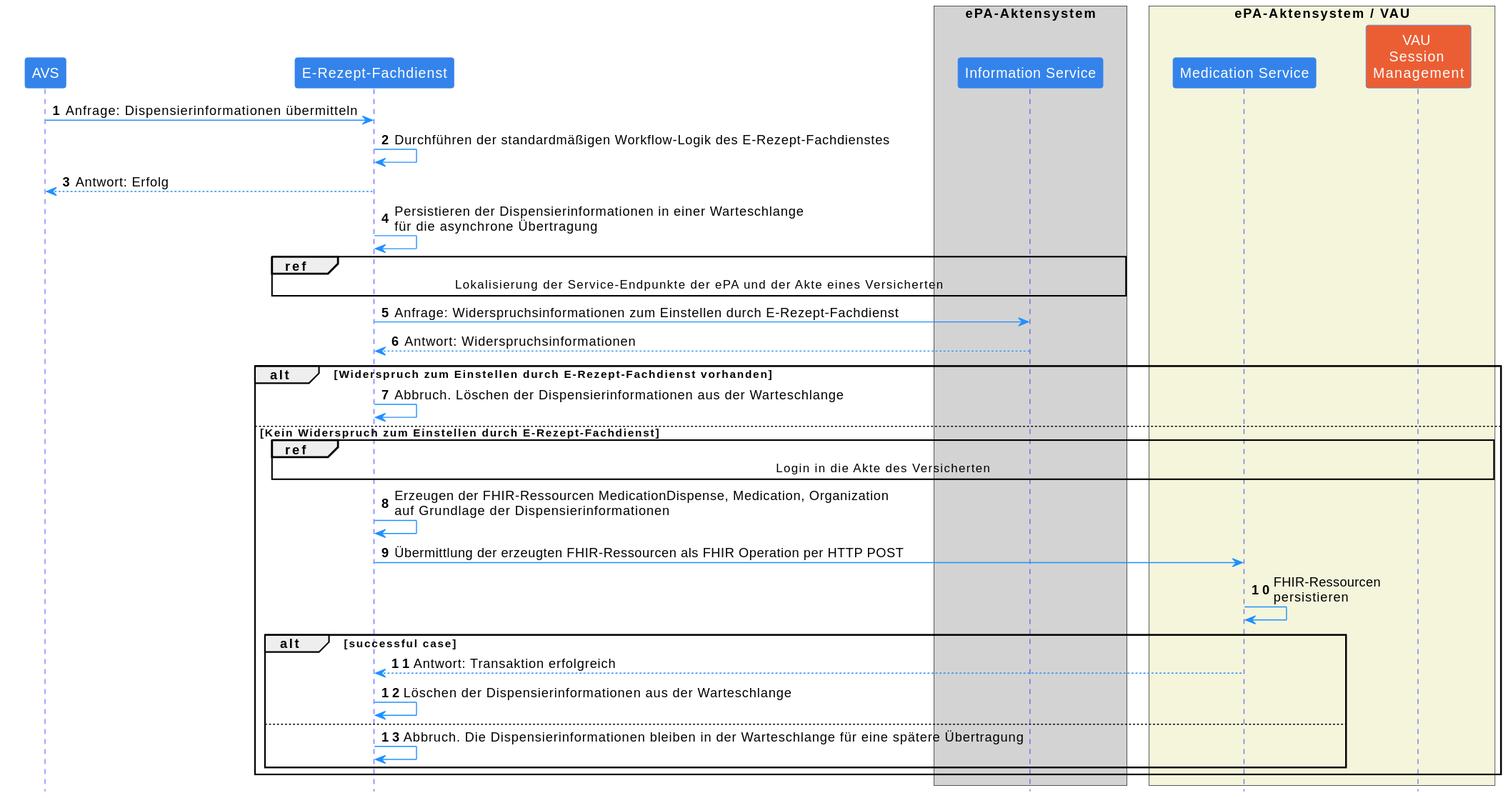
Before: images/plantuml/medicationmanagement.dispense.svg, a diagram exported from PlantUML (gematik/ePA-Medication).
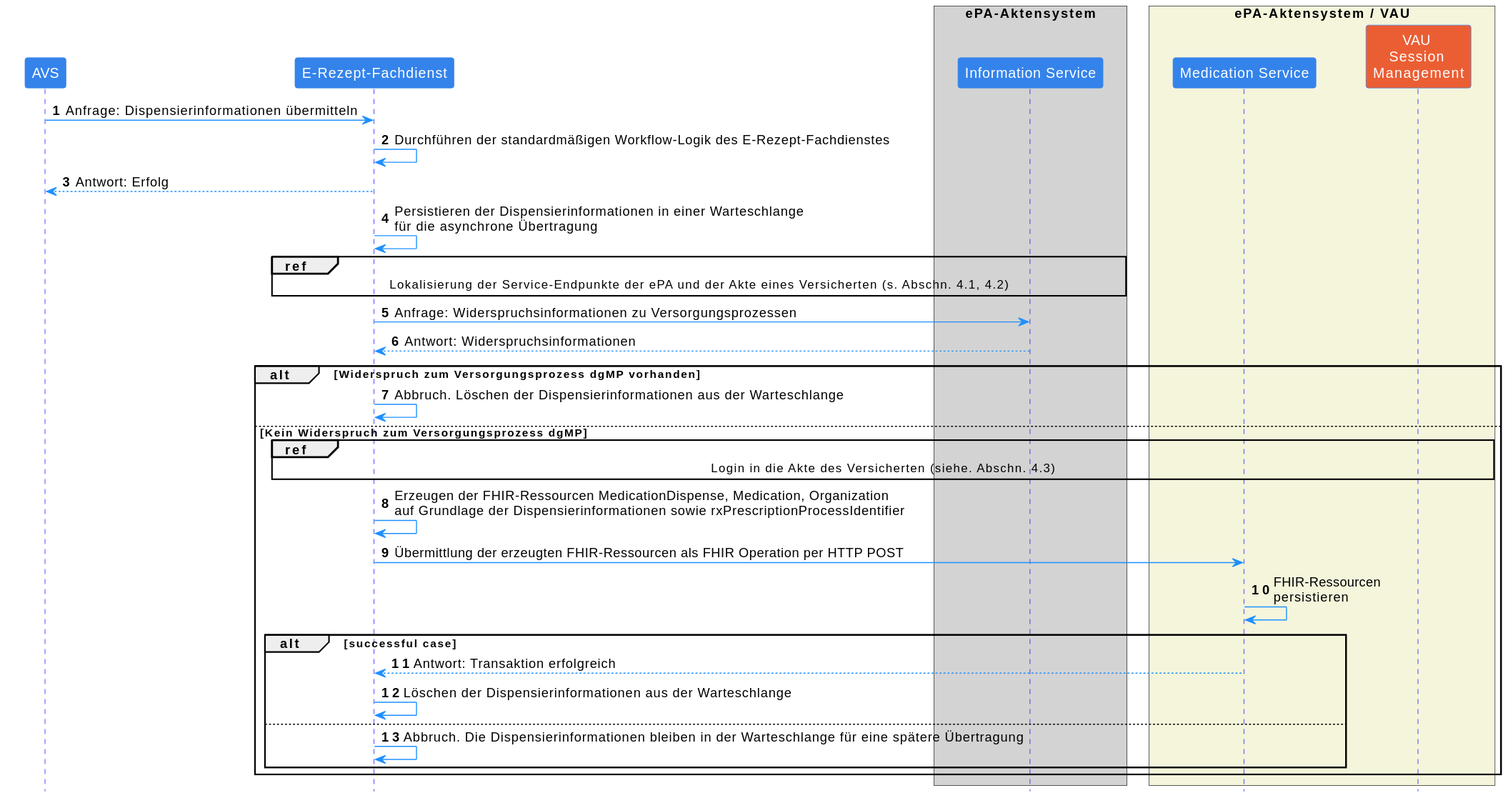
After the commit.

What changed in the source:
```diff
@@ -1,4 +1,5 @@
 @startuml
+
 skinparam Shadowing false
 skinparam ParticipantPadding 20
 skinparam BoxPadding 10
@@ -39,18 +40,18 @@
 
 ERFD -> ERFD: Persistieren der Dispensierinformationen in einer Warteschlange\nfür die asynchrone Übertragung
 
-ref over ERFD, IS: Lokalisierung der Service-Endpunkte der ePA und der Akte eines Versicherten
+ref over ERFD, IS: Lokalisierung der Service-Endpunkte der ePA und der Akte eines Versicherten (s. Abschn. 4.1, 4.2)
 
-ERFD -> IS: Anfrage: Widerspruchsinformationen zum Einstellen durch E-Rezept-Fachdienst
+ERFD -> IS: Anfrage: Widerspruchsinformationen zu Versorgungsprozessen
 IS --> ERFD: Antwort: Widerspruchsinformationen
 
-alt Widerspruch zum Einstellen durch E-Rezept-Fachdienst vorhanden
+alt Widerspruch zum Versorgungsprozess dgMP vorhanden
     ERFD -> ERFD: Abbruch. Löschen der Dispensierinformationen aus der Warteschlange
-else Kein Widerspruch zum Einstellen durch E-Rezept-Fachdienst
+else Kein Widerspruch zum Versorgungsprozess dgMP
 
-    ref over ERFD, VAU: Login in die Akte des Versicherten
+    ref over ERFD, VAU: Login in die Akte des Versicherten (siehe. Abschn. 4.3)
 
-    ERFD -> ERFD: Erzeugen der FHIR-Ressourcen MedicationDispense, Medication, Organization\nauf Grundlage der Dispensierinformationen
+    ERFD -> ERFD: Erzeugen der FHIR-Ressourcen MedicationDispense, Medication, Organization\nauf Grundlage der Dispensierinformationen sowie rxPrescriptionProcessIdentifier
     ERFD -> EPA: Übermittlung der erzeugten FHIR-Ressourcen als FHIR Operation per HTTP POST
     EPA -> EPA: FHIR-Ressourcen\npersistieren
 
@@ -62,4 +63,5 @@
     end
 
 end
+
 @enduml
```
